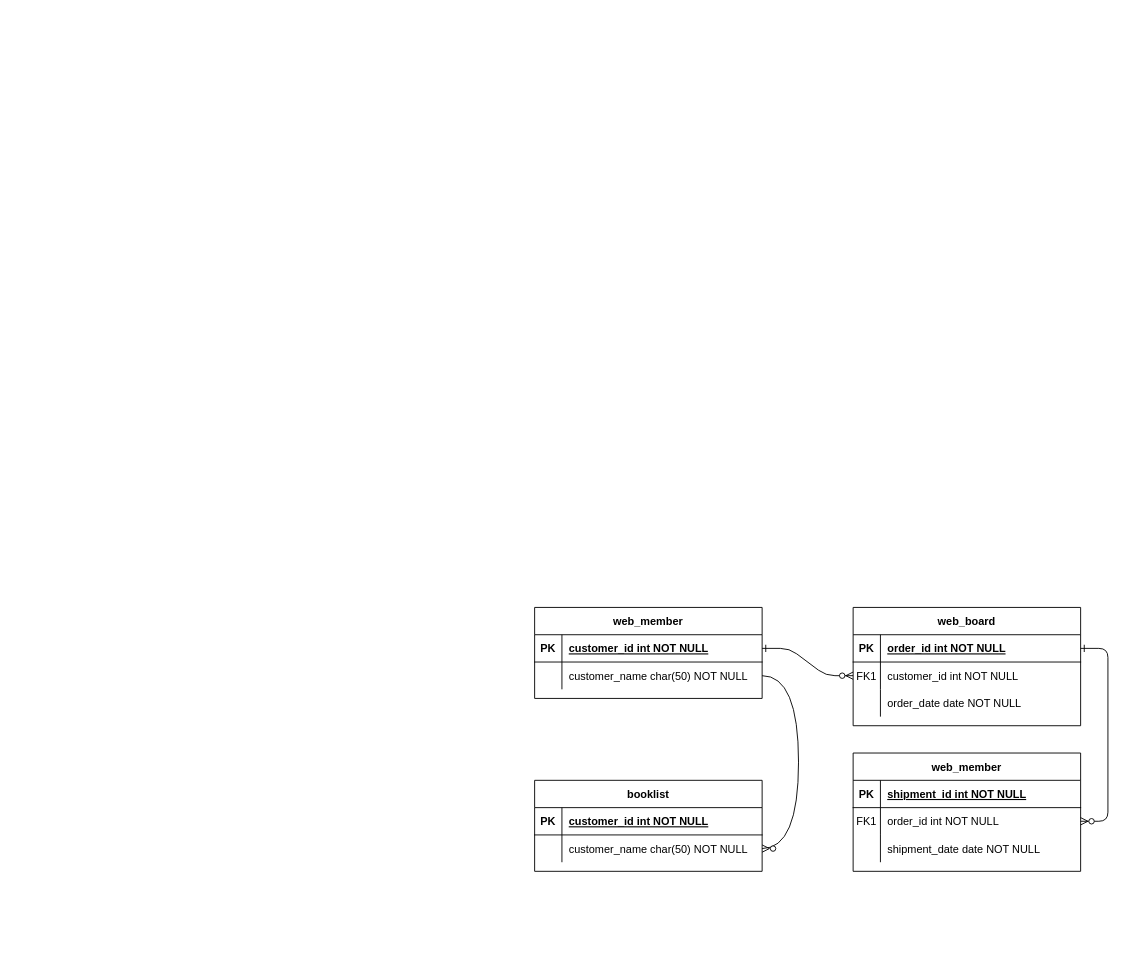
This is DB/DB_ERD.drawio from gyu-hwan/AI3_JSP_A_TeamProject, a draw.io file, before an edit. Source tidied: cells renumbered, new cells numbered last; positions are measured from the earlier drawing's top-left corner, leaving out a move shared by most shapes. Both pictures are drawn from the tidied source at 91%, with x=0, y=0 at pixel (534, 607).
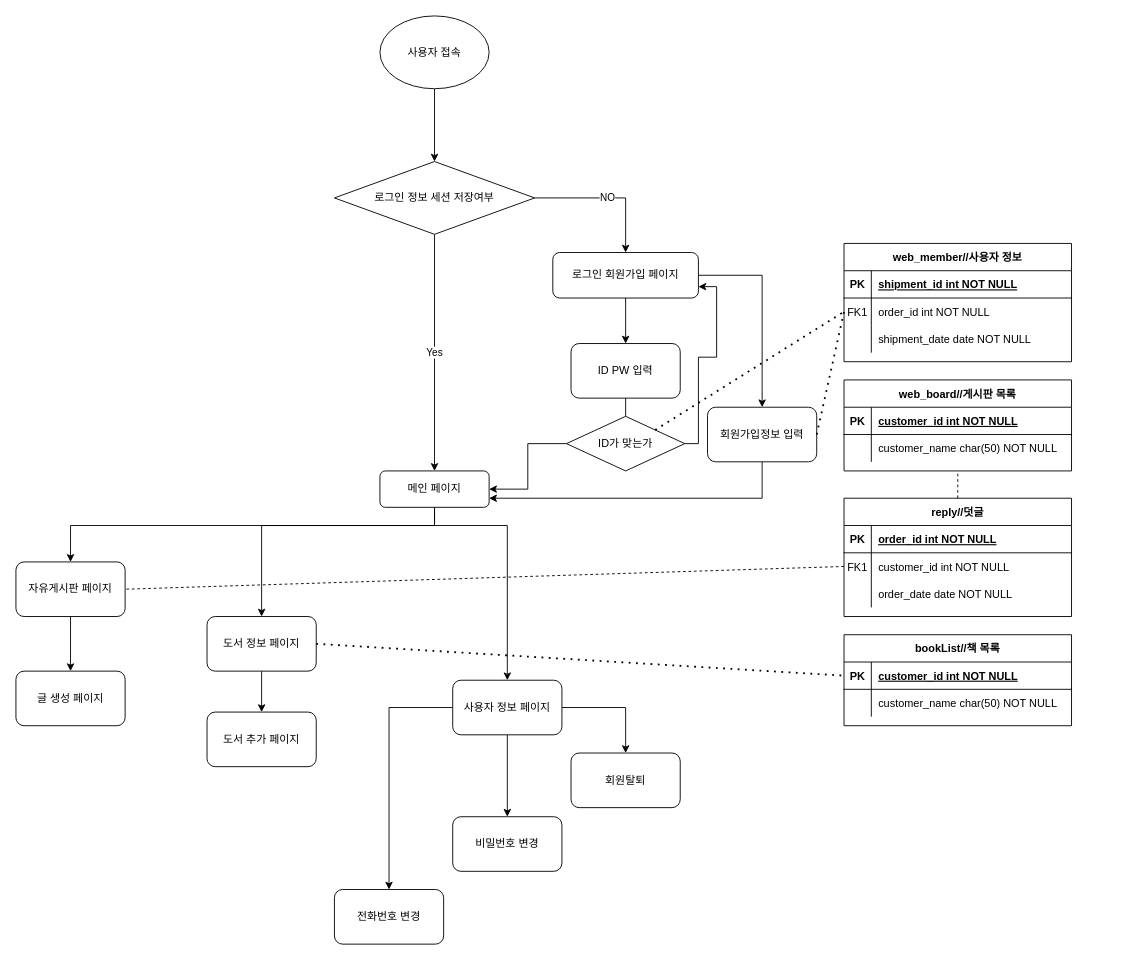
The same page after the edit.

Unchanged cells that the change refers to:
```xml
<mxCell id="5" style="shape=partialRectangle;fillColor=none;points=[[0,0.5],[1,0.5]];portConstraint=eastwest;top=0;left=0;right=0;bottom=1;" parent="4" vertex="1">
  <mxGeometry y="30" width="250" height="30" as="geometry" />
</mxCell>
<mxCell id="8" style="shape=partialRectangle;fillColor=none;points=[[0,0.5],[1,0.5]];portConstraint=eastwest;top=0;left=0;right=0;bottom=0;" parent="4" vertex="1">
  <mxGeometry y="60" width="250" height="30" as="geometry" />
</mxCell>
<mxCell id="18" style="shape=partialRectangle;fillColor=none;points=[[0,0.5],[1,0.5]];portConstraint=eastwest;top=0;left=0;right=0;bottom=0;" parent="14" vertex="1">
  <mxGeometry y="60" width="250" height="30" as="geometry" />
</mxCell>
<mxCell id="25" style="shape=partialRectangle;fillColor=none;points=[[0,0.5],[1,0.5]];portConstraint=eastwest;top=0;left=0;right=0;bottom=1;" parent="24" vertex="1">
  <mxGeometry y="30" width="250" height="30" as="geometry" />
</mxCell>
<mxCell id="28" style="shape=partialRectangle;fillColor=none;points=[[0,0.5],[1,0.5]];portConstraint=eastwest;top=0;left=0;right=0;bottom=0;" parent="24" vertex="1">
  <mxGeometry y="60" width="250" height="30" as="geometry" />
</mxCell>
<mxCell id="35" style="shape=partialRectangle;fillColor=none;points=[[0,0.5],[1,0.5]];portConstraint=eastwest;top=0;left=0;right=0;bottom=0;" parent="31" vertex="1">
  <mxGeometry y="60" width="250" height="30" as="geometry" />
</mxCell>
```

Change to the diagram source:
```diff
@@
-    <mxCell id="2" style="edgeStyle=entityRelationEdgeStyle;endArrow=ERzeroToMany;startArrow=ERone;endFill=1;startFill=0;" parent="1" edge="1" source="25" target="8">
-      <mxGeometry relative="1" as="geometry" />
-    </mxCell>
-    <mxCell id="3" style="edgeStyle=entityRelationEdgeStyle;endArrow=ERzeroToMany;startArrow=ERone;endFill=1;startFill=0;" parent="1" edge="1" source="5" target="18">
-      <mxGeometry relative="1" as="geometry" />
-    </mxCell>
-    <mxCell id="4" value="web_board" style="shape=table;startSize=30;childLayout=tableLayout;rowLines=0;fontStyle=1;align=center;" parent="1" vertex="1">
-      <mxGeometry x="350" width="250" height="130" as="geometry" />
+    <mxCell id="4" value="reply//덧글" style="shape=table;startSize=30;childLayout=tableLayout;rowLines=0;fontStyle=1;align=center;" parent="1" vertex="1">
+      <mxGeometry x="340" y="-120" width="250" height="130" as="geometry" />
     </mxCell>
@@
-    <mxCell id="14" value="web_member" style="shape=table;startSize=30;childLayout=tableLayout;rowLines=0;fontStyle=1;align=center;" parent="1" vertex="1">
-      <mxGeometry x="350" y="160" width="250" height="130" as="geometry" />
+    <mxCell id="14" value="web_member//사용자 정보" style="shape=table;startSize=30;childLayout=tableLayout;rowLines=0;fontStyle=1;align=center;" parent="1" vertex="1">
+      <mxGeometry x="340" y="-400" width="250" height="130" as="geometry" />
     </mxCell>
@@
-    <mxCell id="24" value="web_member" style="shape=table;startSize=30;childLayout=tableLayout;rowLines=0;fontStyle=1;align=center;" parent="1" vertex="1">
-      <mxGeometry width="250" height="100" as="geometry" />
+    <mxCell id="24" value="bookList//책 목록" style="shape=table;startSize=30;childLayout=tableLayout;rowLines=0;fontStyle=1;align=center;" parent="1" vertex="1">
+      <mxGeometry x="340" y="30" width="250" height="100" as="geometry" />
     </mxCell>
@@
-    <mxCell id="31" value="booklist" style="shape=table;startSize=30;childLayout=tableLayout;rowLines=0;fontStyle=1;align=center;" parent="1" vertex="1">
-      <mxGeometry y="190" width="250" height="100" as="geometry" />
+    <mxCell id="31" value="web_board//게시판 목록" style="shape=table;startSize=30;childLayout=tableLayout;rowLines=0;fontStyle=1;align=center;" parent="1" vertex="1">
+      <mxGeometry x="340" y="-250" width="250" height="100" as="geometry" />
     </mxCell>
@@
-    <mxCell id="38" style="fontSize=12;html=1;endArrow=ERzeroToMany;endFill=1;rounded=0;entryX=1;entryY=0.5;entryDx=0;entryDy=0;exitX=1;exitY=0.5;exitDx=0;exitDy=0;edgeStyle=orthogonalEdgeStyle;curved=1;" parent="1" edge="1" source="28" target="35">
-      <mxGeometry relative="1" as="geometry">
-        <Array as="points">
-          <mxPoint x="290" y="75" />
-          <mxPoint x="290" y="265" />
-        </Array>
-      </mxGeometry>
-    </mxCell>
+    <mxCell id="39" style="edgeStyle=orthogonalEdgeStyle;rounded=0;jettySize=auto;html=1;" parent="1" edge="1" source="40" target="46">
+      <mxGeometry relative="1" as="geometry" />
+    </mxCell>
+    <mxCell id="40" value="사용자 접속" style="ellipse;whiteSpace=wrap;html=1;" parent="1" vertex="1">
+      <mxGeometry x="-170" y="-650" width="120" height="80" as="geometry" />
+    </mxCell>
+    <mxCell id="41" style="edgeStyle=orthogonalEdgeStyle;rounded=0;jettySize=auto;html=1;" parent="1" edge="1" source="43" target="51">
+      <mxGeometry relative="1" as="geometry" />
+    </mxCell>
+    <mxCell id="42" style="edgeStyle=orthogonalEdgeStyle;rounded=0;jettySize=auto;html=1;" parent="1" edge="1" source="43" target="53">
+      <mxGeometry relative="1" as="geometry" />
+    </mxCell>
+    <mxCell id="43" value="로그인 회원가입 페이지" style="rounded=1;whiteSpace=wrap;html=1;" parent="1" vertex="1">
+      <mxGeometry x="20" y="-390" width="160" height="50" as="geometry" />
+    </mxCell>
+    <mxCell id="44" value="NO" style="edgeStyle=orthogonalEdgeStyle;rounded=0;jettySize=auto;html=1;" parent="1" edge="1" source="46" target="43">
+      <mxGeometry relative="1" as="geometry" />
+    </mxCell>
+    <mxCell id="45" value="Yes" style="edgeStyle=orthogonalEdgeStyle;rounded=0;jettySize=auto;html=1;" parent="1" edge="1" source="46" target="50">
+      <mxGeometry relative="1" as="geometry" />
+    </mxCell>
+    <mxCell id="46" value="로그인 정보 세션 저장여부" style="rhombus;whiteSpace=wrap;html=1;" parent="1" vertex="1">
+      <mxGeometry x="-220" y="-490" width="220" height="80" as="geometry" />
+    </mxCell>
+    <mxCell id="47" style="edgeStyle=orthogonalEdgeStyle;rounded=0;jettySize=auto;html=1;" parent="1" edge="1" source="50" target="61">
+      <mxGeometry relative="1" as="geometry">
+        <Array as="points">
+          <mxPoint x="-110" y="-90" />
+          <mxPoint x="-510" y="-90" />
+        </Array>
+      </mxGeometry>
+    </mxCell>
+    <mxCell id="48" style="edgeStyle=orthogonalEdgeStyle;rounded=0;jettySize=auto;html=1;" parent="1" edge="1" source="50" target="59">
+      <mxGeometry relative="1" as="geometry">
+        <Array as="points">
+          <mxPoint x="-110" y="-90" />
+          <mxPoint x="-300" y="-90" />
+        </Array>
+      </mxGeometry>
+    </mxCell>
+    <mxCell id="49" style="edgeStyle=orthogonalEdgeStyle;rounded=0;jettySize=auto;html=1;entryX=0.5;entryY=0;entryDx=0;entryDy=0;" parent="1" edge="1" source="50" target="57">
+      <mxGeometry relative="1" as="geometry">
+        <Array as="points">
+          <mxPoint x="-110" y="-90" />
+          <mxPoint x="-30" y="-90" />
+        </Array>
+      </mxGeometry>
+    </mxCell>
+    <mxCell id="50" value="메인 페이지" style="rounded=1;whiteSpace=wrap;html=1;" parent="1" vertex="1">
+      <mxGeometry x="-170" y="-150" width="120" height="40" as="geometry" />
+    </mxCell>
+    <mxCell id="51" value="ID PW 입력" style="rounded=1;whiteSpace=wrap;html=1;" parent="1" vertex="1">
+      <mxGeometry x="40" y="-290" width="120" height="60" as="geometry" />
+    </mxCell>
+    <mxCell id="52" style="edgeStyle=orthogonalEdgeStyle;rounded=0;jettySize=auto;html=1;entryX=1;entryY=0.75;entryDx=0;entryDy=0;" parent="1" edge="1" source="53" target="50">
+      <mxGeometry relative="1" as="geometry">
+        <Array as="points">
+          <mxPoint x="250" y="-120" />
+        </Array>
+      </mxGeometry>
+    </mxCell>
+    <mxCell id="53" value="회원가입정보 입력" style="rounded=1;whiteSpace=wrap;html=1;" parent="1" vertex="1">
+      <mxGeometry x="190" y="-220" width="120" height="60" as="geometry" />
+    </mxCell>
+    <mxCell id="54" style="edgeStyle=orthogonalEdgeStyle;rounded=0;jettySize=auto;html=1;entryX=0.5;entryY=0;entryDx=0;entryDy=0;" parent="1" edge="1" source="57" target="63">
+      <mxGeometry relative="1" as="geometry" />
+    </mxCell>
+    <mxCell id="55" style="edgeStyle=orthogonalEdgeStyle;rounded=0;jettySize=auto;html=1;" parent="1" edge="1" source="57" target="64">
+      <mxGeometry relative="1" as="geometry">
+        <Array as="points">
+          <mxPoint x="-30" y="110" />
+          <mxPoint x="100" y="110" />
+        </Array>
+      </mxGeometry>
+    </mxCell>
+    <mxCell id="56" style="edgeStyle=orthogonalEdgeStyle;rounded=0;jettySize=auto;html=1;" parent="1" edge="1" source="57" target="62">
+      <mxGeometry relative="1" as="geometry">
+        <Array as="points">
+          <mxPoint x="-30" y="110" />
+          <mxPoint x="-160" y="110" />
+        </Array>
+      </mxGeometry>
+    </mxCell>
+    <mxCell id="57" value="사용자 정보 페이지" style="rounded=1;whiteSpace=wrap;html=1;" parent="1" vertex="1">
+      <mxGeometry x="-90" y="80" width="120" height="60" as="geometry" />
+    </mxCell>
+    <mxCell id="58" style="edgeStyle=orthogonalEdgeStyle;rounded=0;jettySize=auto;html=1;" parent="1" edge="1" source="59" target="65">
+      <mxGeometry relative="1" as="geometry" />
+    </mxCell>
+    <mxCell id="59" value="도서 정보 페이지" style="rounded=1;whiteSpace=wrap;html=1;" parent="1" vertex="1">
+      <mxGeometry x="-360" y="10" width="120" height="60" as="geometry" />
+    </mxCell>
+    <mxCell id="60" style="edgeStyle=orthogonalEdgeStyle;rounded=0;jettySize=auto;html=1;entryX=0.5;entryY=0;entryDx=0;entryDy=0;" parent="1" edge="1" source="61" target="66">
+      <mxGeometry relative="1" as="geometry" />
+    </mxCell>
+    <mxCell id="61" value="자유게시판 페이지" style="rounded=1;whiteSpace=wrap;html=1;" parent="1" vertex="1">
+      <mxGeometry x="-570" y="-50" width="120" height="60" as="geometry" />
+    </mxCell>
+    <mxCell id="62" value="전화번호 변경" style="rounded=1;whiteSpace=wrap;html=1;" parent="1" vertex="1">
+      <mxGeometry x="-220" y="310" width="120" height="60" as="geometry" />
+    </mxCell>
+    <mxCell id="63" value="비밀번호 변경" style="rounded=1;whiteSpace=wrap;html=1;" parent="1" vertex="1">
+      <mxGeometry x="-90" y="230" width="120" height="60" as="geometry" />
+    </mxCell>
+    <mxCell id="64" value="회원탈퇴" style="rounded=1;whiteSpace=wrap;html=1;" parent="1" vertex="1">
+      <mxGeometry x="40" y="160" width="120" height="60" as="geometry" />
+    </mxCell>
+    <mxCell id="65" value="도서 추가 페이지" style="rounded=1;whiteSpace=wrap;html=1;" parent="1" vertex="1">
+      <mxGeometry x="-360" y="115" width="120" height="60" as="geometry" />
+    </mxCell>
+    <mxCell id="66" value="글 생성 페이지" style="rounded=1;whiteSpace=wrap;html=1;" parent="1" vertex="1">
+      <mxGeometry x="-570" y="70" width="120" height="60" as="geometry" />
+    </mxCell>
+    <mxCell id="67" style="edgeStyle=orthogonalEdgeStyle;rounded=0;jettySize=auto;html=1;entryX=1;entryY=0.5;entryDx=0;entryDy=0;" parent="1" edge="1" source="69" target="50">
+      <mxGeometry relative="1" as="geometry" />
+    </mxCell>
+    <mxCell id="68" style="edgeStyle=orthogonalEdgeStyle;rounded=0;jettySize=auto;html=1;entryX=1;entryY=0.75;entryDx=0;entryDy=0;" parent="1" edge="1" source="69" target="43">
+      <mxGeometry relative="1" as="geometry">
+        <Array as="points">
+          <mxPoint x="180" y="-180" />
+          <mxPoint x="180" y="-275" />
+          <mxPoint x="200" y="-275" />
+          <mxPoint x="200" y="-352" />
+        </Array>
+      </mxGeometry>
+    </mxCell>
+    <mxCell id="69" value="ID가 맞는가" style="rhombus;whiteSpace=wrap;html=1;" parent="1" vertex="1">
+      <mxGeometry x="35" y="-210" width="130" height="60" as="geometry" />
+    </mxCell>
+    <mxCell id="70" style="edgeStyle=orthogonalEdgeStyle;rounded=0;jettySize=auto;html=1;endArrow=none;entryX=0.5;entryY=0;entryDx=0;entryDy=0;" parent="1" edge="1" source="51" target="69">
+      <mxGeometry relative="1" as="geometry">
+        <Array as="points">
+          <mxPoint x="100" y="-210" />
+          <mxPoint x="100" y="-210" />
+        </Array>
+      </mxGeometry>
+    </mxCell>
+    <mxCell id="71" style="endArrow=none;dashed=1;html=1;dashPattern=1 3;strokeWidth=2;rounded=0;exitX=1;exitY=0.5;exitDx=0;exitDy=0;entryX=0;entryY=0.5;entryDx=0;entryDy=0;" parent="1" edge="1" source="53" target="18">
+      <mxGeometry relative="1" as="geometry" />
+    </mxCell>
+    <mxCell id="72" style="endArrow=none;dashed=1;html=1;dashPattern=1 3;strokeWidth=2;rounded=0;entryX=0;entryY=0.5;entryDx=0;entryDy=0;exitX=1;exitY=0;exitDx=0;exitDy=0;" parent="1" edge="1" source="69" target="18">
+      <mxGeometry relative="1" as="geometry" />
+    </mxCell>
+    <mxCell id="73" style="endArrow=none;dashed=1;html=1;dashPattern=1 3;strokeWidth=2;rounded=0;entryX=0;entryY=0.5;entryDx=0;entryDy=0;exitX=1;exitY=0.5;exitDx=0;exitDy=0;" parent="1" edge="1" source="59" target="25">
+      <mxGeometry relative="1" as="geometry" />
+    </mxCell>
+    <mxCell id="74" style="endArrow=none;dashed=1;html=1;rounded=0;entryX=0.5;entryY=1;entryDx=0;entryDy=0;exitX=0.5;exitY=0;exitDx=0;exitDy=0;" parent="1" edge="1" source="4" target="31">
+      <mxGeometry relative="1" as="geometry" />
+    </mxCell>
+    <mxCell id="75" style="endArrow=none;dashed=1;html=1;rounded=0;entryX=1;entryY=0.5;entryDx=0;entryDy=0;exitX=0;exitY=0.5;exitDx=0;exitDy=0;" parent="1" edge="1" source="8" target="61">
+      <mxGeometry relative="1" as="geometry" />
+    </mxCell>
```
